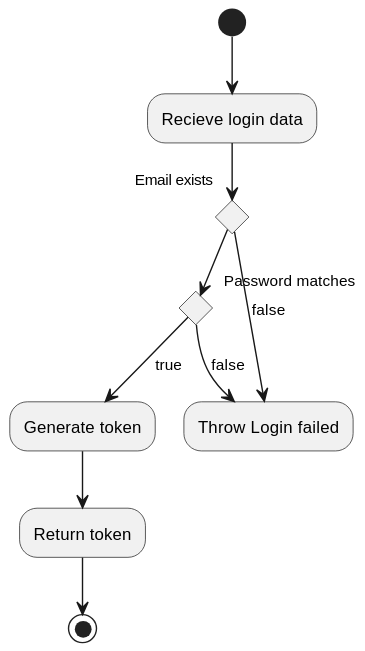
Earlier version of the PlantUML export Docs/out/FlowCharts/LoginFlowChart/Login Flowchart.svg (blackout1471/trust-us-school). Its diagram source:
```plantuml
@startuml Login Flowchart

(*) --> "Recieve login data"
if "Email exists" then
    if "Password matches" then
        -->[true] "Generate token"
        --> "Return token"
        --> (*)
    else
        -->[false] "Throw Login failed"
    end if
else
  -->[false] "Throw Login failed"

end if

@enduml
```
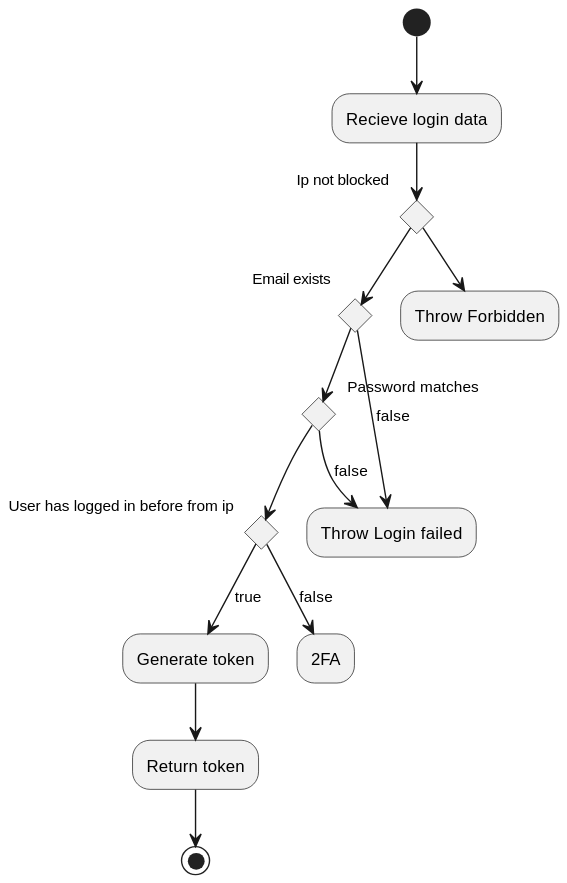
The same diagram one commit later.

Change to the diagram source:
```diff
@@ -1,17 +1,25 @@
 @startuml Login Flowchart
 
 (*) --> "Recieve login data"
-if "Email exists" then
-    if "Password matches" then
-        -->[true] "Generate token"
-        --> "Return token"
-        --> (*)
+
+if "Ip not blocked " then
+    if "Email exists" then
+        if "Password matches" then
+            if "User has logged in before from ip" then
+                -->[true] "Generate token"
+                --> "Return token"
+                --> (*)
+            else
+                -->[false] 2FA
+            end if
+        else
+            -->[false] "Throw Login failed"
+        end if
     else
-        -->[false] "Throw Login failed"
+      -->[false] "Throw Login failed"
+
     end if
 else
-  -->[false] "Throw Login failed"
-
+ --> "Throw Forbidden"
 end if
-
 @enduml
```
